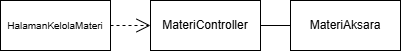
nighttbott/IF2150-RPL-K02-G04 keeps this draw.io diagram as docs/M4/assets/diagram/UC06.png. Above is the earlier version. Source tidied: cells renumbered, new cells last; positions are measured from the earlier drawing's top-left corner, leaving out a move shared by most shapes.
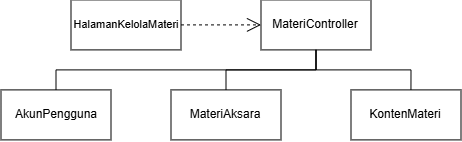
The same diagram one commit later.

The edit, as a diff of the source:
```diff
@@ -2,20 +2,32 @@
   <root>
     <mxCell id="0" />
     <mxCell id="1" parent="0" />
-    <mxCell id="2" value="&lt;font style=&quot;font-size: 10px;&quot;&gt;HalamanKelolaMateri&lt;/font&gt;" style="html=1;whiteSpace=wrap;" parent="1" vertex="1">
+    <mxCell id="2" value="&lt;span style=&quot;font-size: 11px;&quot;&gt;HalamanKelolaMateri&lt;/span&gt;" style="html=1;whiteSpace=wrap;" parent="1" vertex="1">
       <mxGeometry width="110" height="50" as="geometry" />
     </mxCell>
     <mxCell id="3" style="endArrow=open;endSize=12;dashed=1;html=1;rounded=0;exitX=1;exitY=0.5;exitDx=0;exitDy=0;entryX=0;entryY=0.5;entryDx=0;entryDy=0;" parent="1" edge="1" source="2" target="4">
       <mxGeometry relative="1" as="geometry" />
     </mxCell>
     <mxCell id="4" value="MateriController" style="html=1;whiteSpace=wrap;" parent="1" vertex="1">
-      <mxGeometry x="150" width="110" height="50" as="geometry" />
+      <mxGeometry x="190" width="110" height="50" as="geometry" />
     </mxCell>
     <mxCell id="5" value="MateriAksara" style="html=1;whiteSpace=wrap;" parent="1" vertex="1">
-      <mxGeometry x="290" width="110" height="50" as="geometry" />
+      <mxGeometry x="100" y="90" width="110" height="50" as="geometry" />
     </mxCell>
-    <mxCell id="6" style="endArrow=none;html=1;edgeStyle=orthogonalEdgeStyle;rounded=0;entryX=0;entryY=0.5;entryDx=0;entryDy=0;exitX=1;exitY=0.5;exitDx=0;exitDy=0;" parent="1" edge="1" source="4" target="5">
+    <mxCell id="6" style="endArrow=none;html=1;edgeStyle=orthogonalEdgeStyle;rounded=0;entryX=0.5;entryY=0;entryDx=0;entryDy=0;" parent="1" edge="1" source="4" target="5">
       <mxGeometry relative="1" as="geometry" />
     </mxCell>
+    <mxCell id="7" value="KontenMateri" style="html=1;whiteSpace=wrap;" parent="1" vertex="1">
+      <mxGeometry x="280" y="90" width="110" height="50" as="geometry" />
+    </mxCell>
+    <mxCell id="8" style="endArrow=none;html=1;edgeStyle=orthogonalEdgeStyle;rounded=0;entryX=0.545;entryY=0;entryDx=0;entryDy=0;exitX=0.5;exitY=1;exitDx=0;exitDy=0;entryPerimeter=0;" parent="1" edge="1" source="4" target="7">
+      <mxGeometry relative="1" as="geometry" />
+    </mxCell>
+    <mxCell id="9" value="AkunPengguna" style="html=1;whiteSpace=wrap;" parent="1" vertex="1">
+      <mxGeometry x="-70" y="90" width="110" height="50" as="geometry" />
+    </mxCell>
+    <mxCell id="10" style="endArrow=none;html=1;edgeStyle=orthogonalEdgeStyle;rounded=0;exitX=0.5;exitY=1;exitDx=0;exitDy=0;" parent="1" edge="1" source="4" target="9">
+      <mxGeometry relative="1" as="geometry" />
+    </mxCell>
   </root>
 </mxGraphModel>
```
